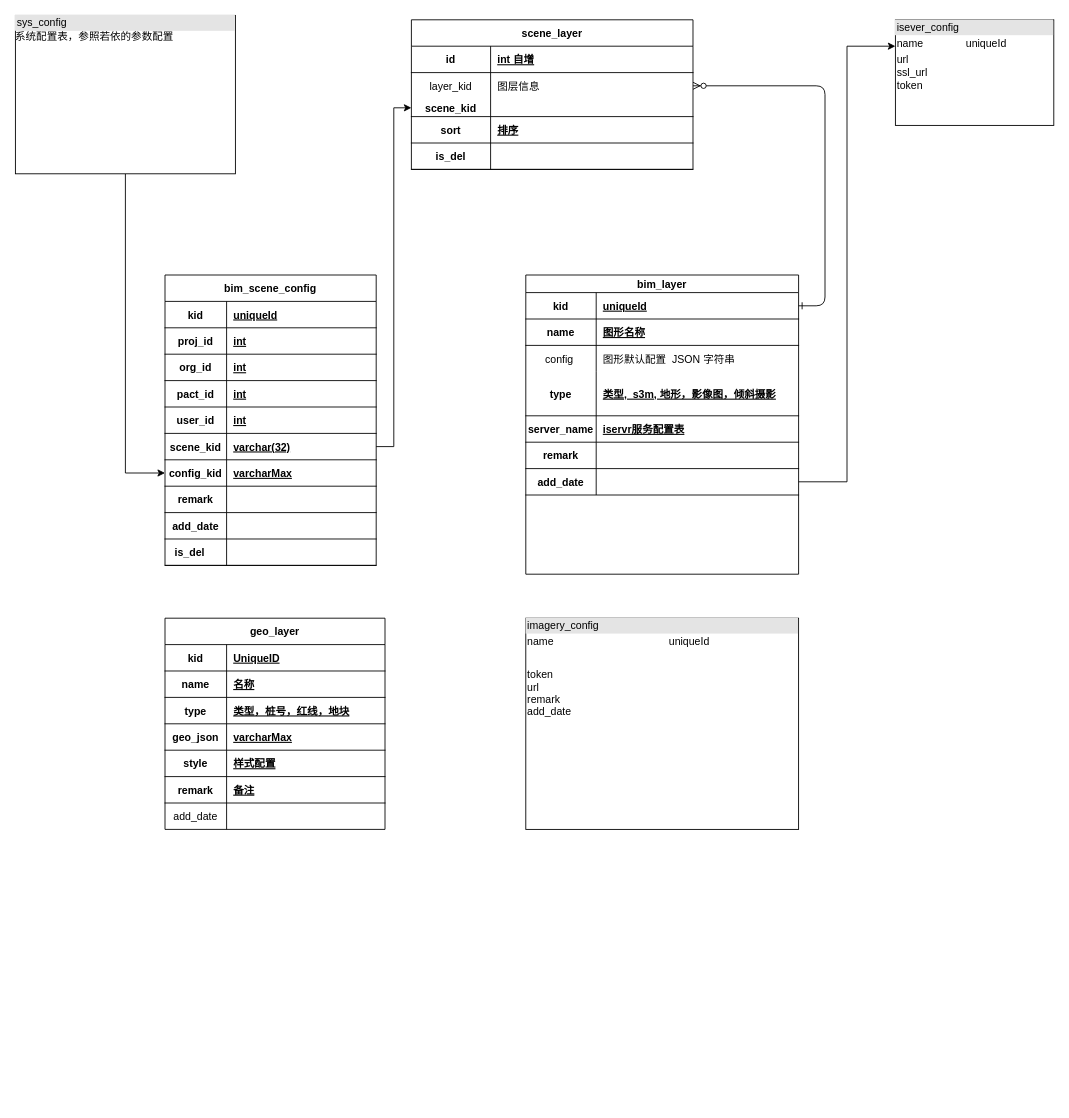
The draw.io diagram wpbim/sql.drawio in eleven7/diagrams, before the edit. Source tidied: cells renumbered, new cells numbered last; positions are measured from the earlier drawing's top-left corner, leaving out a move shared by most shapes. Both pictures are drawn from the tidied source at 88%, with x=0, y=0 at pixel (15, 15).
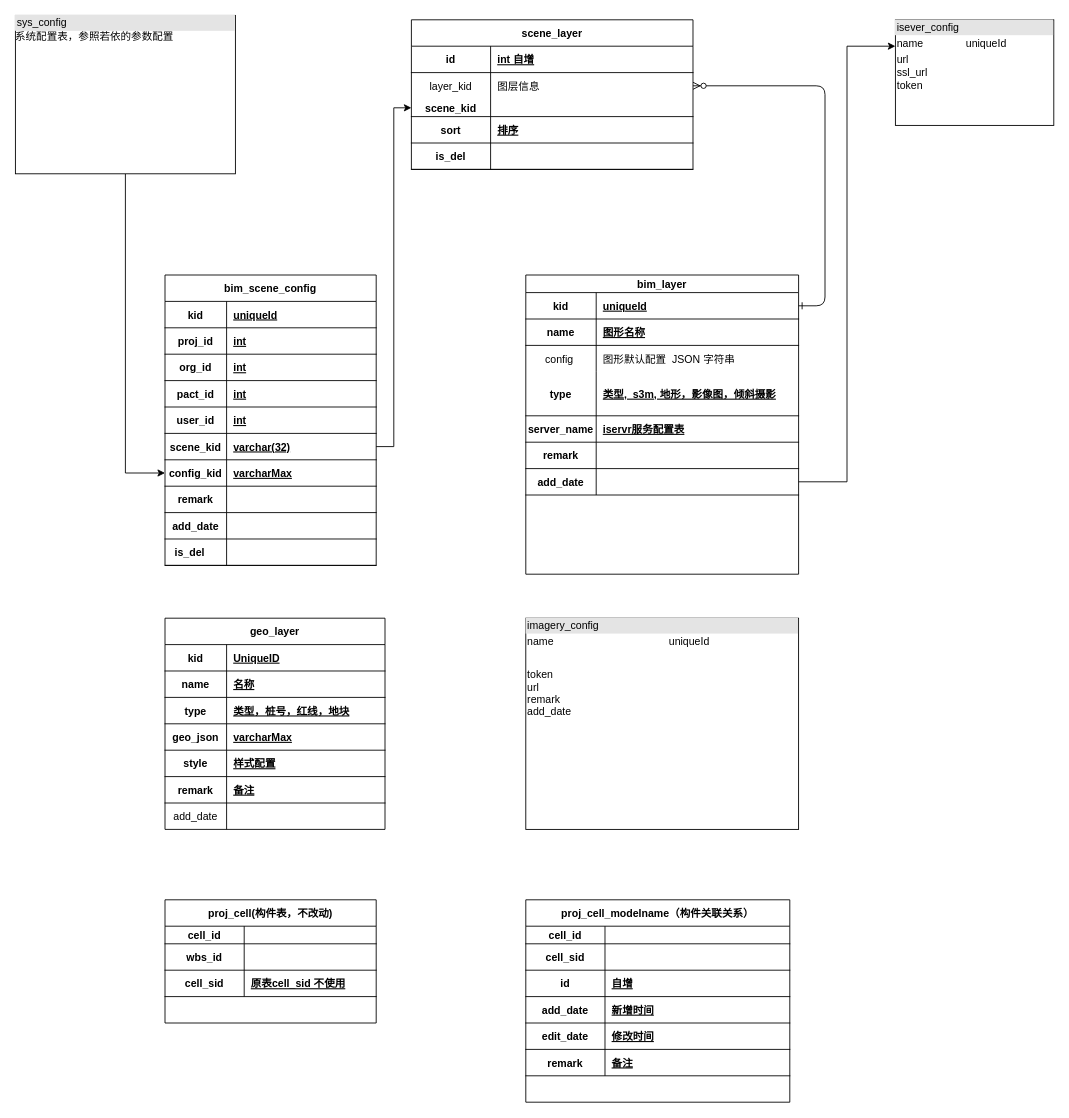
The same diagram, later.

Change to the diagram source:
```diff
@@
+    <mxCell id="100" value="proj_cell(构件表，不改动)" style="shape=table;startSize=30;childLayout=tableLayout;rowLines=0;fontStyle=1;align=center;" parent="1" vertex="1">
+      <mxGeometry x="170" y="1005" width="240" height="140" as="geometry" />
+    </mxCell>
+    <mxCell id="101" style="shape=partialRectangle;fillColor=none;top=0;left=0;right=0;bottom=1;" parent="100" vertex="1">
+      <mxGeometry y="30" width="240" height="20" as="geometry" />
+    </mxCell>
+    <mxCell id="102" value="cell_id" style="shape=partialRectangle;overflow=hidden;fillColor=none;top=0;left=0;bottom=0;right=0;fontStyle=1;" parent="101" vertex="1">
+      <mxGeometry width="90" height="20" as="geometry" />
+    </mxCell>
+    <mxCell id="103" style="shape=partialRectangle;overflow=hidden;fillColor=none;top=0;left=0;bottom=0;right=0;align=left;spacingLeft=6;fontStyle=5;" parent="101" vertex="1">
+      <mxGeometry x="90" width="150" height="20" as="geometry" />
+    </mxCell>
+    <mxCell id="104" style="shape=tableRow;horizontal=0;startSize=0;swimlaneHead=0;swimlaneBody=0;fillColor=none;top=0;left=0;right=0;bottom=1;" parent="100" vertex="1">
+      <mxGeometry y="50" width="240" height="30" as="geometry" />
+    </mxCell>
+    <mxCell id="105" value="wbs_id" style="shape=partialRectangle;fillColor=none;top=0;left=0;bottom=0;right=0;fontStyle=1;overflow=hidden;" parent="104" vertex="1">
+      <mxGeometry width="90" height="30" as="geometry" />
+    </mxCell>
+    <mxCell id="106" style="shape=partialRectangle;fillColor=none;top=0;left=0;bottom=0;right=0;align=left;spacingLeft=6;fontStyle=5;overflow=hidden;" parent="104" vertex="1">
+      <mxGeometry x="90" width="150" height="30" as="geometry" />
+    </mxCell>
+    <mxCell id="107" style="shape=tableRow;horizontal=0;startSize=0;swimlaneHead=0;swimlaneBody=0;fillColor=none;top=0;left=0;right=0;bottom=1;" parent="100" vertex="1">
+      <mxGeometry y="80" width="240" height="30" as="geometry" />
+    </mxCell>
+    <mxCell id="108" value="cell_sid" style="shape=partialRectangle;fillColor=none;top=0;left=0;bottom=0;right=0;fontStyle=1;overflow=hidden;" parent="107" vertex="1">
+      <mxGeometry width="90" height="30" as="geometry" />
+    </mxCell>
+    <mxCell id="109" value="原表cell_sid 不使用" style="shape=partialRectangle;fillColor=none;top=0;left=0;bottom=0;right=0;align=left;spacingLeft=6;fontStyle=5;overflow=hidden;" parent="107" vertex="1">
+      <mxGeometry x="90" width="150" height="30" as="geometry" />
+    </mxCell>
+    <mxCell id="110" value="proj_cell_modelname（构件关联关系）" style="shape=table;startSize=30;childLayout=tableLayout;rowLines=0;fontStyle=1;align=center;" parent="1" vertex="1">
+      <mxGeometry x="580" y="1005" width="300" height="230" as="geometry" />
+    </mxCell>
+    <mxCell id="111" style="shape=partialRectangle;fillColor=none;top=0;left=0;right=0;bottom=1;" parent="110" vertex="1">
+      <mxGeometry y="30" width="300" height="20" as="geometry" />
+    </mxCell>
+    <mxCell id="112" value="cell_id" style="shape=partialRectangle;overflow=hidden;fillColor=none;top=0;left=0;bottom=0;right=0;fontStyle=1;" parent="111" vertex="1">
+      <mxGeometry width="90" height="20" as="geometry" />
+    </mxCell>
+    <mxCell id="113" style="shape=partialRectangle;overflow=hidden;fillColor=none;top=0;left=0;bottom=0;right=0;align=left;spacingLeft=6;fontStyle=5;" parent="111" vertex="1">
+      <mxGeometry x="90" width="210" height="20" as="geometry" />
+    </mxCell>
+    <mxCell id="114" style="shape=tableRow;horizontal=0;startSize=0;swimlaneHead=0;swimlaneBody=0;fillColor=none;top=0;left=0;right=0;bottom=1;" parent="110" vertex="1">
+      <mxGeometry y="50" width="300" height="30" as="geometry" />
+    </mxCell>
+    <mxCell id="115" value="cell_sid" style="shape=partialRectangle;fillColor=none;top=0;left=0;bottom=0;right=0;fontStyle=1;overflow=hidden;" parent="114" vertex="1">
+      <mxGeometry width="90" height="30" as="geometry" />
+    </mxCell>
+    <mxCell id="116" style="shape=partialRectangle;fillColor=none;top=0;left=0;bottom=0;right=0;align=left;spacingLeft=6;fontStyle=5;overflow=hidden;" parent="114" vertex="1">
+      <mxGeometry x="90" width="210" height="30" as="geometry" />
+    </mxCell>
+    <mxCell id="117" style="shape=tableRow;horizontal=0;startSize=0;swimlaneHead=0;swimlaneBody=0;fillColor=none;top=0;left=0;right=0;bottom=1;" parent="110" vertex="1">
+      <mxGeometry y="80" width="300" height="30" as="geometry" />
+    </mxCell>
+    <mxCell id="118" value="id" style="shape=partialRectangle;fillColor=none;top=0;left=0;bottom=0;right=0;fontStyle=1;overflow=hidden;" parent="117" vertex="1">
+      <mxGeometry width="90" height="30" as="geometry" />
+    </mxCell>
+    <mxCell id="119" value="自增" style="shape=partialRectangle;fillColor=none;top=0;left=0;bottom=0;right=0;align=left;spacingLeft=6;fontStyle=5;overflow=hidden;" parent="117" vertex="1">
+      <mxGeometry x="90" width="210" height="30" as="geometry" />
+    </mxCell>
+    <mxCell id="120" style="shape=tableRow;horizontal=0;startSize=0;swimlaneHead=0;swimlaneBody=0;fillColor=none;top=0;left=0;right=0;bottom=1;" parent="110" vertex="1">
+      <mxGeometry y="110" width="300" height="30" as="geometry" />
+    </mxCell>
+    <mxCell id="121" value="add_date" style="shape=partialRectangle;fillColor=none;top=0;left=0;bottom=0;right=0;fontStyle=1;overflow=hidden;" parent="120" vertex="1">
+      <mxGeometry width="90" height="30" as="geometry" />
+    </mxCell>
+    <mxCell id="122" value="新增时间" style="shape=partialRectangle;fillColor=none;top=0;left=0;bottom=0;right=0;align=left;spacingLeft=6;fontStyle=5;overflow=hidden;" parent="120" vertex="1">
+      <mxGeometry x="90" width="210" height="30" as="geometry" />
+    </mxCell>
+    <mxCell id="123" style="shape=tableRow;horizontal=0;startSize=0;swimlaneHead=0;swimlaneBody=0;fillColor=none;top=0;left=0;right=0;bottom=1;" parent="110" vertex="1">
+      <mxGeometry y="140" width="300" height="30" as="geometry" />
+    </mxCell>
+    <mxCell id="124" value="edit_date" style="shape=partialRectangle;fillColor=none;top=0;left=0;bottom=0;right=0;fontStyle=1;overflow=hidden;" parent="123" vertex="1">
+      <mxGeometry width="90" height="30" as="geometry" />
+    </mxCell>
+    <mxCell id="125" value="修改时间" style="shape=partialRectangle;fillColor=none;top=0;left=0;bottom=0;right=0;align=left;spacingLeft=6;fontStyle=5;overflow=hidden;" parent="123" vertex="1">
+      <mxGeometry x="90" width="210" height="30" as="geometry" />
+    </mxCell>
+    <mxCell id="126" style="shape=tableRow;horizontal=0;startSize=0;swimlaneHead=0;swimlaneBody=0;fillColor=none;top=0;left=0;right=0;bottom=1;" parent="110" vertex="1">
+      <mxGeometry y="170" width="300" height="30" as="geometry" />
+    </mxCell>
+    <mxCell id="127" value="remark" style="shape=partialRectangle;fillColor=none;top=0;left=0;bottom=0;right=0;fontStyle=1;overflow=hidden;" parent="126" vertex="1">
+      <mxGeometry width="90" height="30" as="geometry" />
+    </mxCell>
+    <mxCell id="128" value="备注" style="shape=partialRectangle;fillColor=none;top=0;left=0;bottom=0;right=0;align=left;spacingLeft=6;fontStyle=5;overflow=hidden;" parent="126" vertex="1">
+      <mxGeometry x="90" width="210" height="30" as="geometry" />
+    </mxCell>
```
